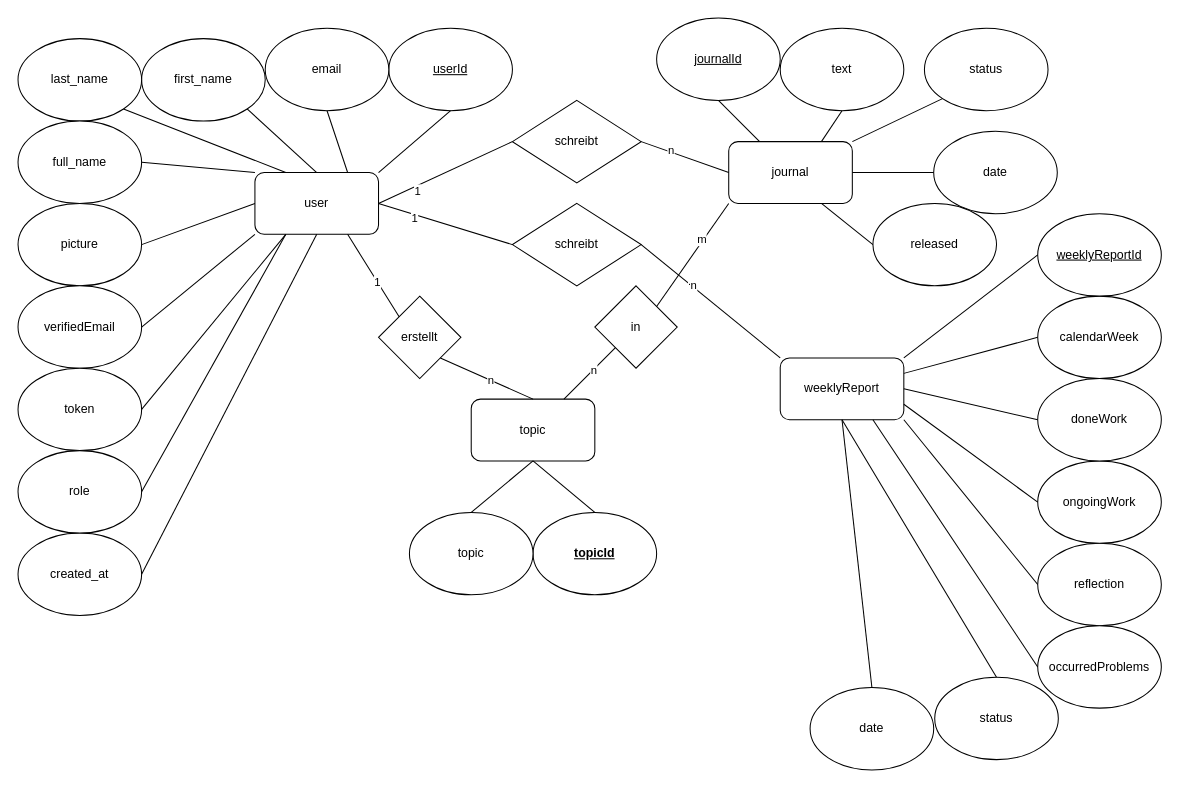
The draw.io diagram diagramms/ERM-Diagramm.drawio in olivierluethy/IPA_Journey, before the edit. Source tidied: cells renumbered, new cells numbered last; positions are measured from the earlier drawing's top-left corner, leaving out a move shared by most shapes. Both pictures are drawn from the tidied source at 103%, with x=0, y=0 at pixel (18, 18).
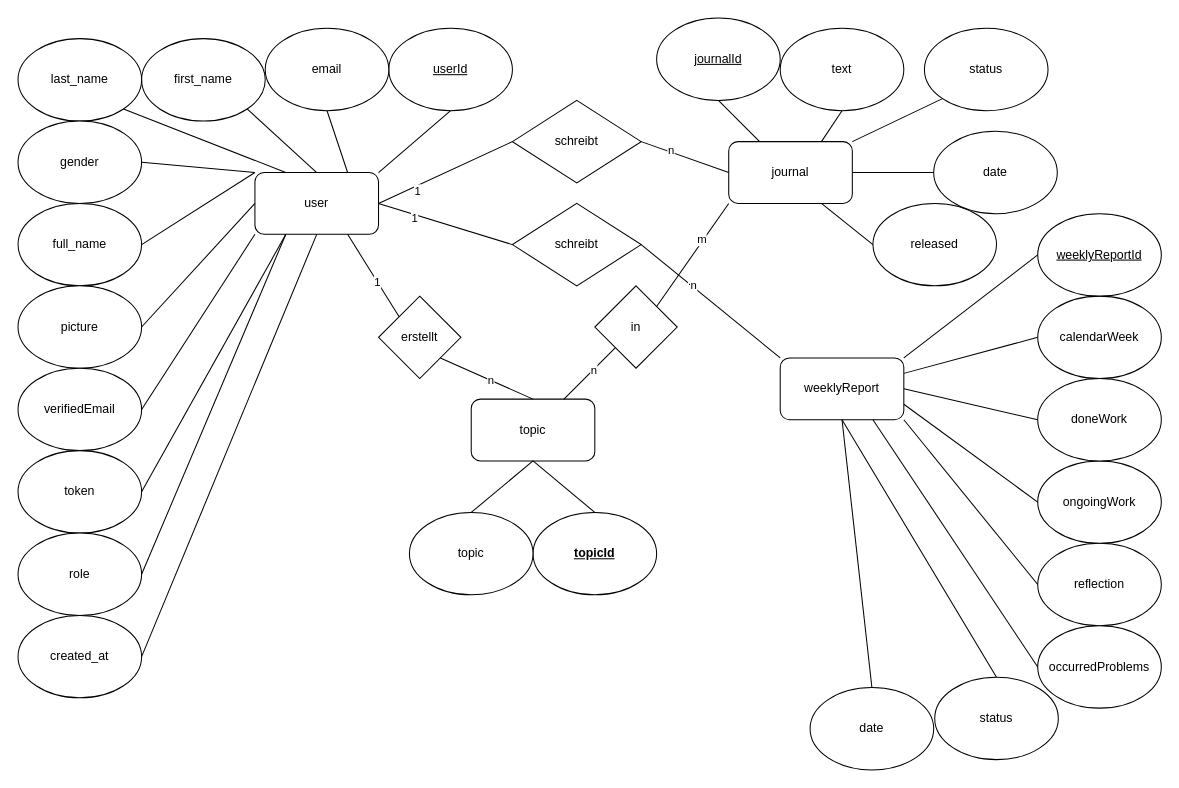
The same diagram, later.

The change refers to these unchanged cells:
```xml
<mxCell id="3" value="user" style="rounded=1;whiteSpace=wrap;html=1;" parent="1" vertex="1">
  <mxGeometry x="230" y="150" width="120" height="60" as="geometry" />
</mxCell>
```

Change to the diagram source:
```diff
@@
     <mxCell id="10" value="created_at" style="ellipse;whiteSpace=wrap;html=1;" parent="1" vertex="1">
-      <mxGeometry y="500" width="120" height="80" as="geometry" />
+      <mxGeometry y="580" width="120" height="80" as="geometry" />
     </mxCell>
     <mxCell id="11" value="full_name" style="ellipse;whiteSpace=wrap;html=1;" parent="1" vertex="1">
-      <mxGeometry y="100" width="120" height="80" as="geometry" />
+      <mxGeometry y="180" width="120" height="80" as="geometry" />
     </mxCell>
     <mxCell id="12" value="picture" style="ellipse;whiteSpace=wrap;html=1;" parent="1" vertex="1">
-      <mxGeometry y="180" width="120" height="80" as="geometry" />
+      <mxGeometry y="260" width="120" height="80" as="geometry" />
     </mxCell>
     <mxCell id="13" value="verifiedEmail" style="ellipse;whiteSpace=wrap;html=1;" parent="1" vertex="1">
-      <mxGeometry y="260" width="120" height="80" as="geometry" />
+      <mxGeometry y="340" width="120" height="80" as="geometry" />
     </mxCell>
     <mxCell id="14" value="token" style="ellipse;whiteSpace=wrap;html=1;" parent="1" vertex="1">
-      <mxGeometry y="340" width="120" height="80" as="geometry" />
+      <mxGeometry y="420" width="120" height="80" as="geometry" />
     </mxCell>
     <mxCell id="15" value="role" style="ellipse;whiteSpace=wrap;html=1;" parent="1" vertex="1">
-      <mxGeometry y="420" width="120" height="80" as="geometry" />
+      <mxGeometry y="500" width="120" height="80" as="geometry" />
     </mxCell>
@@
+    <mxCell id="77" value="gender" style="ellipse;whiteSpace=wrap;html=1;" parent="1" vertex="1">
+      <mxGeometry y="100" width="120" height="80" as="geometry" />
+    </mxCell>
+    <mxCell id="78" style="endArrow=none;html=1;rounded=0;exitX=1;exitY=0.5;exitDx=0;exitDy=0;entryX=0;entryY=0;entryDx=0;entryDy=0;" parent="1" edge="1" source="77" target="3">
+      <mxGeometry relative="1" as="geometry" />
+    </mxCell>
```
